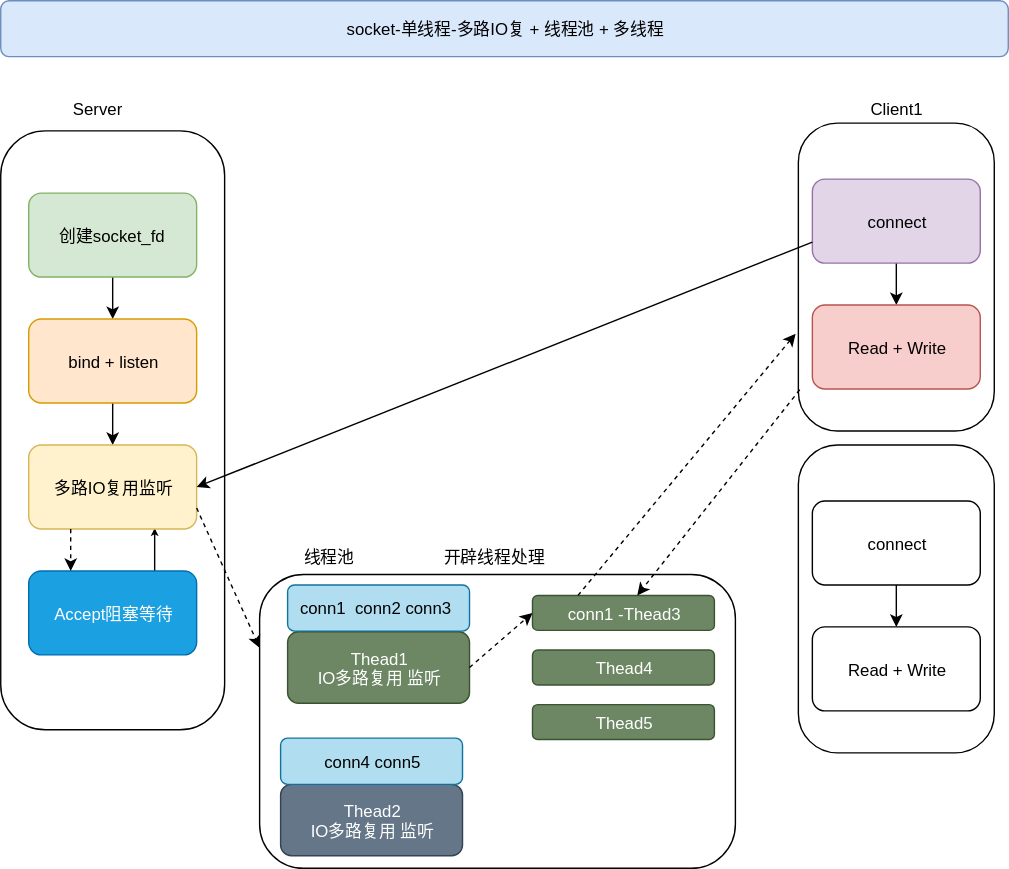
cd-home/Root keeps this draw.io diagram as 12-面试/12-通用理论/images/socket-单线程IO多路 + 多线程池的副本.svg. Above is the earlier version. Source tidied: cells renumbered, new cells last; positions are measured from the earlier drawing's top-left corner, leaving out a move shared by most shapes. The source it was exported from:
```xml
<mxGraphModel>
  <root>
    <mxCell id="0" />
    <mxCell id="1" parent="0" />
    <mxCell id="2" value="socket-单线程-多路IO复 + 线程池 + 多线程" style="rounded=1;whiteSpace=wrap;html=1;fillColor=#dae8fc;strokeColor=#6c8ebf;" parent="1" vertex="1">
      <mxGeometry width="720" height="40" as="geometry" />
    </mxCell>
    <mxCell id="3" style="rounded=1;whiteSpace=wrap;html=1;arcSize=20;" parent="1" vertex="1">
      <mxGeometry y="93" width="160" height="428" as="geometry" />
    </mxCell>
    <mxCell id="4" style="edgeStyle=orthogonalEdgeStyle;rounded=0;jettySize=auto;html=1;" parent="1" edge="1" source="5" target="7">
      <mxGeometry relative="1" as="geometry" />
    </mxCell>
    <mxCell id="5" value="创建socket_fd" style="rounded=1;whiteSpace=wrap;html=1;fillColor=#d5e8d4;strokeColor=#82b366;" parent="1" vertex="1">
      <mxGeometry x="20" y="137.5" width="120" height="60" as="geometry" />
    </mxCell>
    <mxCell id="6" style="edgeStyle=orthogonalEdgeStyle;rounded=0;jettySize=auto;html=1;" parent="1" edge="1" source="7" target="9">
      <mxGeometry relative="1" as="geometry" />
    </mxCell>
    <mxCell id="7" value="bind + listen" style="rounded=1;whiteSpace=wrap;html=1;fillColor=#ffe6cc;strokeColor=#d79b00;" parent="1" vertex="1">
      <mxGeometry x="20" y="227.5" width="120" height="60" as="geometry" />
    </mxCell>
    <mxCell id="8" style="edgeStyle=orthogonalEdgeStyle;rounded=0;jettySize=auto;html=1;startArrow=classic;startFill=1;endArrow=none;endFill=0;entryX=0.75;entryY=0;entryDx=0;entryDy=0;" parent="1" edge="1" source="9" target="10">
      <mxGeometry relative="1" as="geometry">
        <Array as="points">
          <mxPoint x="110" y="377.5" />
          <mxPoint x="110" y="377.5" />
        </Array>
      </mxGeometry>
    </mxCell>
    <mxCell id="9" value="多路IO复用监听" style="rounded=1;whiteSpace=wrap;html=1;fillColor=#fff2cc;strokeColor=#d6b656;" parent="1" vertex="1">
      <mxGeometry x="20" y="317.5" width="120" height="60" as="geometry" />
    </mxCell>
    <mxCell id="10" value="Accept阻塞等待" style="rounded=1;whiteSpace=wrap;html=1;fillColor=#1ba1e2;strokeColor=#006EAF;fontColor=#ffffff;" parent="1" vertex="1">
      <mxGeometry x="20" y="407.5" width="120" height="60" as="geometry" />
    </mxCell>
    <mxCell id="11" style="rounded=1;whiteSpace=wrap;html=1;arcSize=20;" parent="1" vertex="1">
      <mxGeometry x="570" y="87.5" width="140" height="220" as="geometry" />
    </mxCell>
    <mxCell id="12" style="edgeStyle=orthogonalEdgeStyle;rounded=0;jettySize=auto;html=1;" parent="1" edge="1" source="13" target="14">
      <mxGeometry relative="1" as="geometry" />
    </mxCell>
    <mxCell id="13" value="connect" style="rounded=1;whiteSpace=wrap;html=1;fillColor=#e1d5e7;strokeColor=#9673a6;" parent="1" vertex="1">
      <mxGeometry x="580" y="127.5" width="120" height="60" as="geometry" />
    </mxCell>
    <mxCell id="14" value="Read + Write" style="rounded=1;whiteSpace=wrap;html=1;fillColor=#f8cecc;strokeColor=#b85450;" parent="1" vertex="1">
      <mxGeometry x="580" y="217.5" width="120" height="60" as="geometry" />
    </mxCell>
    <mxCell id="15" style="rounded=1;whiteSpace=wrap;html=1;arcSize=20;" parent="1" vertex="1">
      <mxGeometry x="570" y="317.5" width="140" height="220" as="geometry" />
    </mxCell>
    <mxCell id="16" style="edgeStyle=orthogonalEdgeStyle;rounded=0;jettySize=auto;html=1;" parent="1" edge="1" source="17" target="18">
      <mxGeometry relative="1" as="geometry" />
    </mxCell>
    <mxCell id="17" value="connect" style="rounded=1;whiteSpace=wrap;html=1;" parent="1" vertex="1">
      <mxGeometry x="580" y="357.5" width="120" height="60" as="geometry" />
    </mxCell>
    <mxCell id="18" value="Read + Write" style="rounded=1;whiteSpace=wrap;html=1;" parent="1" vertex="1">
      <mxGeometry x="580" y="447.5" width="120" height="60" as="geometry" />
    </mxCell>
    <mxCell id="19" value="Server" style="text;html=1;align=left;verticalAlign=top;spacingTop=-4;" parent="1" vertex="1">
      <mxGeometry x="50" y="67.5" width="50" height="20" as="geometry" />
    </mxCell>
    <mxCell id="20" value="Client1" style="text;html=1;align=left;verticalAlign=top;spacingTop=-4;" parent="1" vertex="1">
      <mxGeometry x="620" y="67.5" width="50" height="20" as="geometry" />
    </mxCell>
    <mxCell id="21" style="endArrow=classic;html=1;exitX=0;exitY=0.75;exitDx=0;exitDy=0;entryX=1;entryY=0.5;entryDx=0;entryDy=0;" parent="1" edge="1" source="13" target="9">
      <mxGeometry relative="1" as="geometry" />
    </mxCell>
    <mxCell id="22" style="endArrow=classic;html=1;dashed=1;exitX=0.25;exitY=1;exitDx=0;exitDy=0;entryX=0.25;entryY=0;entryDx=0;entryDy=0;" parent="1" edge="1" source="9" target="10">
      <mxGeometry relative="1" as="geometry" />
    </mxCell>
    <mxCell id="23" style="rounded=1;whiteSpace=wrap;html=1;" parent="1" vertex="1">
      <mxGeometry x="185" y="410" width="340" height="210" as="geometry" />
    </mxCell>
    <mxCell id="24" style="edgeStyle=orthogonalEdgeStyle;rounded=0;jettySize=auto;html=1;dashed=1;startArrow=none;startFill=0;endArrow=classic;endFill=1;" parent="1" edge="1" target="26">
      <mxGeometry relative="1" as="geometry">
        <mxPoint x="265" y="473" as="sourcePoint" />
      </mxGeometry>
    </mxCell>
    <mxCell id="25" value="Thead1&lt;br&gt;IO多路复用 监听" style="rounded=1;whiteSpace=wrap;html=1;fillColor=#6d8764;strokeColor=#3A5431;fontColor=#ffffff;" parent="1" vertex="1">
      <mxGeometry x="205" y="451" width="130" height="51" as="geometry" />
    </mxCell>
    <mxCell id="26" value="conn1&amp;nbsp; conn2 conn3&amp;nbsp;" style="rounded=1;whiteSpace=wrap;html=1;fillColor=#b1ddf0;strokeColor=#10739e;" parent="1" vertex="1">
      <mxGeometry x="205" y="417.5" width="130" height="33" as="geometry" />
    </mxCell>
    <mxCell id="27" value="线程池" style="text;html=1;align=left;verticalAlign=top;spacingTop=-4;" parent="1" vertex="1">
      <mxGeometry x="215" y="387.5" width="50" height="20" as="geometry" />
    </mxCell>
    <mxCell id="28" style="endArrow=classic;html=1;dashed=1;exitX=1;exitY=0.75;exitDx=0;exitDy=0;entryX=0;entryY=0.25;entryDx=0;entryDy=0;" parent="1" edge="1" source="9" target="23">
      <mxGeometry relative="1" as="geometry" />
    </mxCell>
    <mxCell id="29" value="Thead2&lt;br&gt;IO多路复用 监听" style="rounded=1;whiteSpace=wrap;html=1;fillColor=#647687;strokeColor=#314354;fontColor=#ffffff;" parent="1" vertex="1">
      <mxGeometry x="200" y="560" width="130" height="51" as="geometry" />
    </mxCell>
    <mxCell id="30" value="conn4 conn5" style="rounded=1;whiteSpace=wrap;html=1;fillColor=#b1ddf0;strokeColor=#10739e;" parent="1" vertex="1">
      <mxGeometry x="200" y="527" width="130" height="33" as="geometry" />
    </mxCell>
    <mxCell id="31" value="conn1 -Thead3" style="rounded=1;whiteSpace=wrap;html=1;fillColor=#6d8764;strokeColor=#3A5431;fontColor=#ffffff;" parent="1" vertex="1">
      <mxGeometry x="380" y="425" width="130" height="25" as="geometry" />
    </mxCell>
    <mxCell id="32" value="Thead4" style="rounded=1;whiteSpace=wrap;html=1;fillColor=#6d8764;strokeColor=#3A5431;fontColor=#ffffff;" parent="1" vertex="1">
      <mxGeometry x="380" y="464" width="130" height="25" as="geometry" />
    </mxCell>
    <mxCell id="33" value="Thead5" style="rounded=1;whiteSpace=wrap;html=1;fillColor=#6d8764;strokeColor=#3A5431;fontColor=#ffffff;" parent="1" vertex="1">
      <mxGeometry x="380" y="503" width="130" height="25" as="geometry" />
    </mxCell>
    <mxCell id="34" style="endArrow=classic;html=1;dashed=1;exitX=1;exitY=0.5;exitDx=0;exitDy=0;entryX=0;entryY=0.5;entryDx=0;entryDy=0;" parent="1" edge="1" source="25" target="31">
      <mxGeometry relative="1" as="geometry" />
    </mxCell>
    <mxCell id="35" style="endArrow=classic;html=1;dashed=1;exitX=0.25;exitY=0;exitDx=0;exitDy=0;entryX=-0.014;entryY=0.684;entryDx=0;entryDy=0;entryPerimeter=0;" parent="1" edge="1" source="31" target="11">
      <mxGeometry relative="1" as="geometry" />
    </mxCell>
    <mxCell id="36" style="endArrow=classic;html=1;dashed=1;exitX=0.007;exitY=0.866;exitDx=0;exitDy=0;exitPerimeter=0;" parent="1" edge="1" source="11" target="31">
      <mxGeometry relative="1" as="geometry" />
    </mxCell>
    <mxCell id="37" value="开辟线程处理" style="text;html=1;align=left;verticalAlign=top;spacingTop=-4;" parent="1" vertex="1">
      <mxGeometry x="315" y="387.5" width="90" height="20" as="geometry" />
    </mxCell>
  </root>
</mxGraphModel>
```
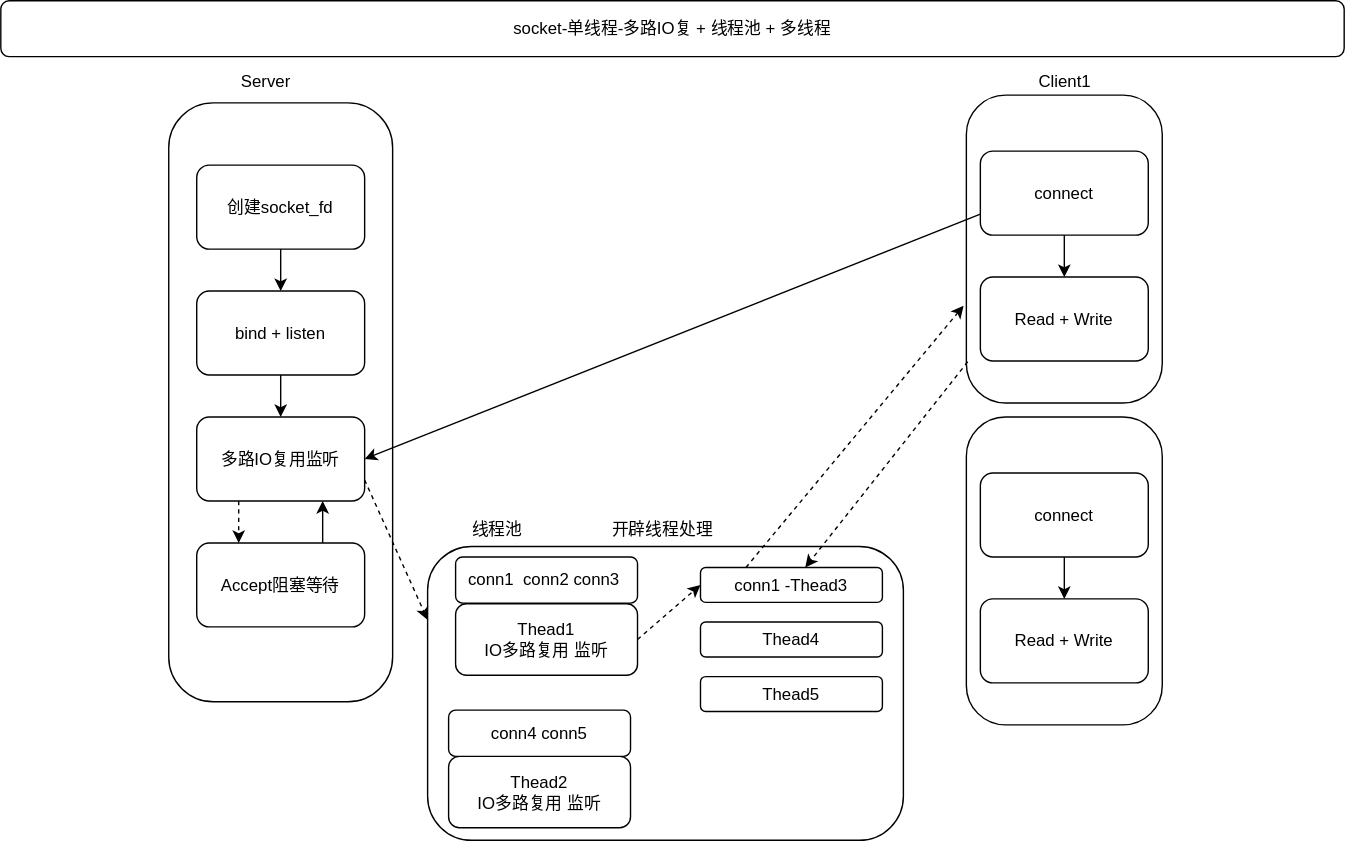
The same diagram one commit later.

Commit message:
😀🌴⭐🌎☀️🌈🌽: Socket Program

Diff of the diagram source:
```diff
@@ -2,8 +2,8 @@
   <root>
     <mxCell id="0" />
     <mxCell id="1" parent="0" />
-    <mxCell id="2" value="socket-单线程-多路IO复 + 线程池 + 多线程" style="rounded=1;whiteSpace=wrap;html=1;fillColor=#dae8fc;strokeColor=#6c8ebf;" parent="1" vertex="1">
-      <mxGeometry width="720" height="40" as="geometry" />
+    <mxCell id="2" value="socket-单线程-多路IO复 + 线程池 + 多线程" style="rounded=1;whiteSpace=wrap;html=1;" parent="1" vertex="1">
+      <mxGeometry x="-120" y="20" width="960" height="40" as="geometry" />
     </mxCell>
     <mxCell id="3" style="rounded=1;whiteSpace=wrap;html=1;arcSize=20;" parent="1" vertex="1">
       <mxGeometry y="93" width="160" height="428" as="geometry" />
@@ -11,13 +11,13 @@
     <mxCell id="4" style="edgeStyle=orthogonalEdgeStyle;rounded=0;jettySize=auto;html=1;" parent="1" edge="1" source="5" target="7">
       <mxGeometry relative="1" as="geometry" />
     </mxCell>
-    <mxCell id="5" value="创建socket_fd" style="rounded=1;whiteSpace=wrap;html=1;fillColor=#d5e8d4;strokeColor=#82b366;" parent="1" vertex="1">
+    <mxCell id="5" value="创建socket_fd" style="rounded=1;whiteSpace=wrap;html=1;" parent="1" vertex="1">
       <mxGeometry x="20" y="137.5" width="120" height="60" as="geometry" />
     </mxCell>
     <mxCell id="6" style="edgeStyle=orthogonalEdgeStyle;rounded=0;jettySize=auto;html=1;" parent="1" edge="1" source="7" target="9">
       <mxGeometry relative="1" as="geometry" />
     </mxCell>
-    <mxCell id="7" value="bind + listen" style="rounded=1;whiteSpace=wrap;html=1;fillColor=#ffe6cc;strokeColor=#d79b00;" parent="1" vertex="1">
+    <mxCell id="7" value="bind + listen" style="rounded=1;whiteSpace=wrap;html=1;" parent="1" vertex="1">
       <mxGeometry x="20" y="227.5" width="120" height="60" as="geometry" />
     </mxCell>
     <mxCell id="8" style="edgeStyle=orthogonalEdgeStyle;rounded=0;jettySize=auto;html=1;startArrow=classic;startFill=1;endArrow=none;endFill=0;entryX=0.75;entryY=0;entryDx=0;entryDy=0;" parent="1" edge="1" source="9" target="10">
@@ -28,10 +28,10 @@
         </Array>
       </mxGeometry>
     </mxCell>
-    <mxCell id="9" value="多路IO复用监听" style="rounded=1;whiteSpace=wrap;html=1;fillColor=#fff2cc;strokeColor=#d6b656;" parent="1" vertex="1">
+    <mxCell id="9" value="多路IO复用监听" style="rounded=1;whiteSpace=wrap;html=1;" parent="1" vertex="1">
       <mxGeometry x="20" y="317.5" width="120" height="60" as="geometry" />
     </mxCell>
-    <mxCell id="10" value="Accept阻塞等待" style="rounded=1;whiteSpace=wrap;html=1;fillColor=#1ba1e2;strokeColor=#006EAF;fontColor=#ffffff;" parent="1" vertex="1">
+    <mxCell id="10" value="Accept阻塞等待" style="rounded=1;whiteSpace=wrap;html=1;" parent="1" vertex="1">
       <mxGeometry x="20" y="407.5" width="120" height="60" as="geometry" />
     </mxCell>
     <mxCell id="11" style="rounded=1;whiteSpace=wrap;html=1;arcSize=20;" parent="1" vertex="1">
@@ -40,10 +40,10 @@
     <mxCell id="12" style="edgeStyle=orthogonalEdgeStyle;rounded=0;jettySize=auto;html=1;" parent="1" edge="1" source="13" target="14">
       <mxGeometry relative="1" as="geometry" />
     </mxCell>
-    <mxCell id="13" value="connect" style="rounded=1;whiteSpace=wrap;html=1;fillColor=#e1d5e7;strokeColor=#9673a6;" parent="1" vertex="1">
+    <mxCell id="13" value="connect" style="rounded=1;whiteSpace=wrap;html=1;" parent="1" vertex="1">
       <mxGeometry x="580" y="127.5" width="120" height="60" as="geometry" />
     </mxCell>
-    <mxCell id="14" value="Read + Write" style="rounded=1;whiteSpace=wrap;html=1;fillColor=#f8cecc;strokeColor=#b85450;" parent="1" vertex="1">
+    <mxCell id="14" value="Read + Write" style="rounded=1;whiteSpace=wrap;html=1;" parent="1" vertex="1">
       <mxGeometry x="580" y="217.5" width="120" height="60" as="geometry" />
     </mxCell>
     <mxCell id="15" style="rounded=1;whiteSpace=wrap;html=1;arcSize=20;" parent="1" vertex="1">
@@ -78,10 +78,10 @@
         <mxPoint x="265" y="473" as="sourcePoint" />
       </mxGeometry>
     </mxCell>
-    <mxCell id="25" value="Thead1&lt;br&gt;IO多路复用 监听" style="rounded=1;whiteSpace=wrap;html=1;fillColor=#6d8764;strokeColor=#3A5431;fontColor=#ffffff;" parent="1" vertex="1">
+    <mxCell id="25" value="Thead1&lt;br&gt;IO多路复用 监听" style="rounded=1;whiteSpace=wrap;html=1;" parent="1" vertex="1">
       <mxGeometry x="205" y="451" width="130" height="51" as="geometry" />
     </mxCell>
-    <mxCell id="26" value="conn1&amp;nbsp; conn2 conn3&amp;nbsp;" style="rounded=1;whiteSpace=wrap;html=1;fillColor=#b1ddf0;strokeColor=#10739e;" parent="1" vertex="1">
+    <mxCell id="26" value="conn1&amp;nbsp; conn2 conn3&amp;nbsp;" style="rounded=1;whiteSpace=wrap;html=1;" parent="1" vertex="1">
       <mxGeometry x="205" y="417.5" width="130" height="33" as="geometry" />
     </mxCell>
     <mxCell id="27" value="线程池" style="text;html=1;align=left;verticalAlign=top;spacingTop=-4;" parent="1" vertex="1">
@@ -90,19 +90,19 @@
     <mxCell id="28" style="endArrow=classic;html=1;dashed=1;exitX=1;exitY=0.75;exitDx=0;exitDy=0;entryX=0;entryY=0.25;entryDx=0;entryDy=0;" parent="1" edge="1" source="9" target="23">
       <mxGeometry relative="1" as="geometry" />
     </mxCell>
-    <mxCell id="29" value="Thead2&lt;br&gt;IO多路复用 监听" style="rounded=1;whiteSpace=wrap;html=1;fillColor=#647687;strokeColor=#314354;fontColor=#ffffff;" parent="1" vertex="1">
+    <mxCell id="29" value="Thead2&lt;br&gt;IO多路复用 监听" style="rounded=1;whiteSpace=wrap;html=1;" parent="1" vertex="1">
       <mxGeometry x="200" y="560" width="130" height="51" as="geometry" />
     </mxCell>
-    <mxCell id="30" value="conn4 conn5" style="rounded=1;whiteSpace=wrap;html=1;fillColor=#b1ddf0;strokeColor=#10739e;" parent="1" vertex="1">
+    <mxCell id="30" value="conn4 conn5" style="rounded=1;whiteSpace=wrap;html=1;" parent="1" vertex="1">
       <mxGeometry x="200" y="527" width="130" height="33" as="geometry" />
     </mxCell>
-    <mxCell id="31" value="conn1 -Thead3" style="rounded=1;whiteSpace=wrap;html=1;fillColor=#6d8764;strokeColor=#3A5431;fontColor=#ffffff;" parent="1" vertex="1">
+    <mxCell id="31" value="conn1 -Thead3" style="rounded=1;whiteSpace=wrap;html=1;" parent="1" vertex="1">
       <mxGeometry x="380" y="425" width="130" height="25" as="geometry" />
     </mxCell>
-    <mxCell id="32" value="Thead4" style="rounded=1;whiteSpace=wrap;html=1;fillColor=#6d8764;strokeColor=#3A5431;fontColor=#ffffff;" parent="1" vertex="1">
+    <mxCell id="32" value="Thead4" style="rounded=1;whiteSpace=wrap;html=1;" parent="1" vertex="1">
       <mxGeometry x="380" y="464" width="130" height="25" as="geometry" />
     </mxCell>
-    <mxCell id="33" value="Thead5" style="rounded=1;whiteSpace=wrap;html=1;fillColor=#6d8764;strokeColor=#3A5431;fontColor=#ffffff;" parent="1" vertex="1">
+    <mxCell id="33" value="Thead5" style="rounded=1;whiteSpace=wrap;html=1;" parent="1" vertex="1">
       <mxGeometry x="380" y="503" width="130" height="25" as="geometry" />
     </mxCell>
     <mxCell id="34" style="endArrow=classic;html=1;dashed=1;exitX=1;exitY=0.5;exitDx=0;exitDy=0;entryX=0;entryY=0.5;entryDx=0;entryDy=0;" parent="1" edge="1" source="25" target="31">
```
